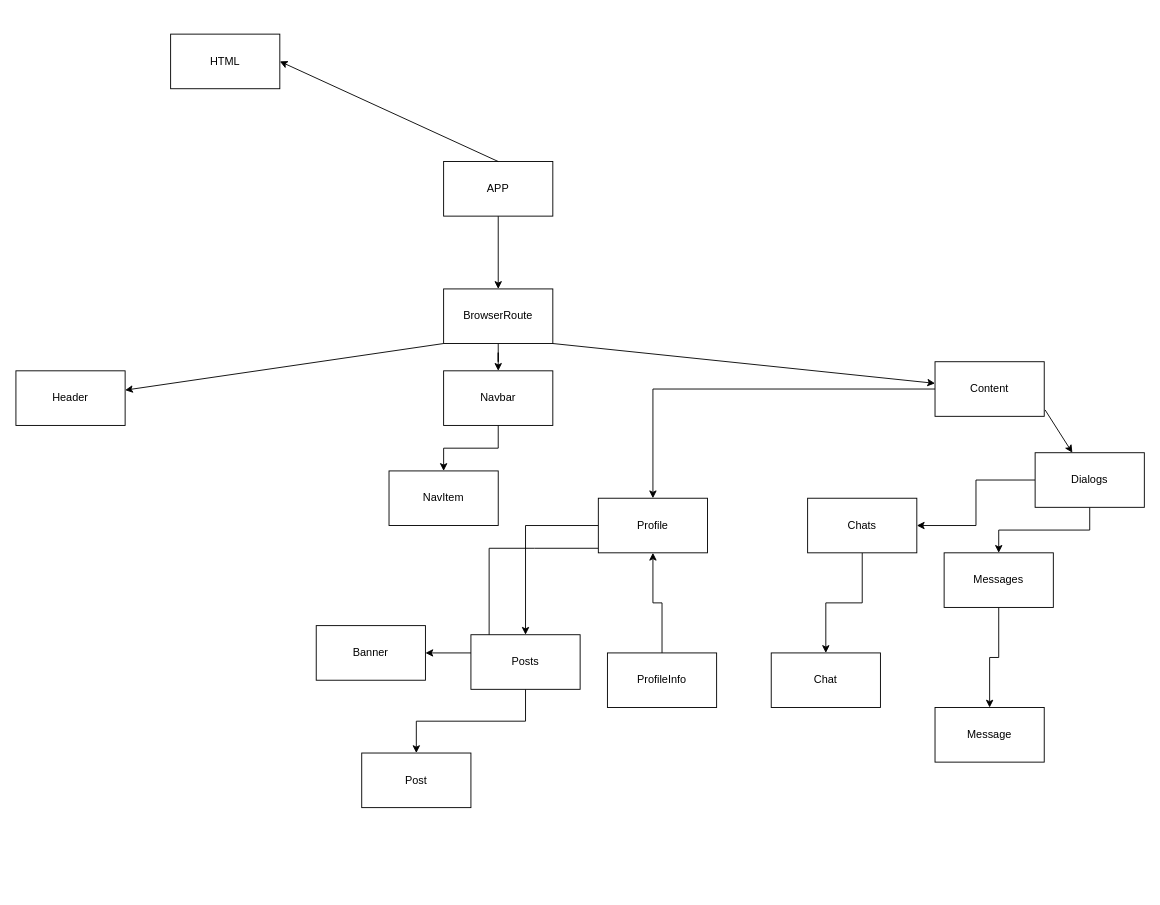
xolesteroll/react-learn keeps this draw.io diagram as Untitled Diagram.drawio. Above is the earlier version. Source tidied: cells renumbered, new cells numbered last; positions are measured from the earlier drawing's top-left corner, leaving out a move shared by most shapes. Both pictures are drawn from the tidied source at 91%, with x=0, y=0 at pixel (15, 34).
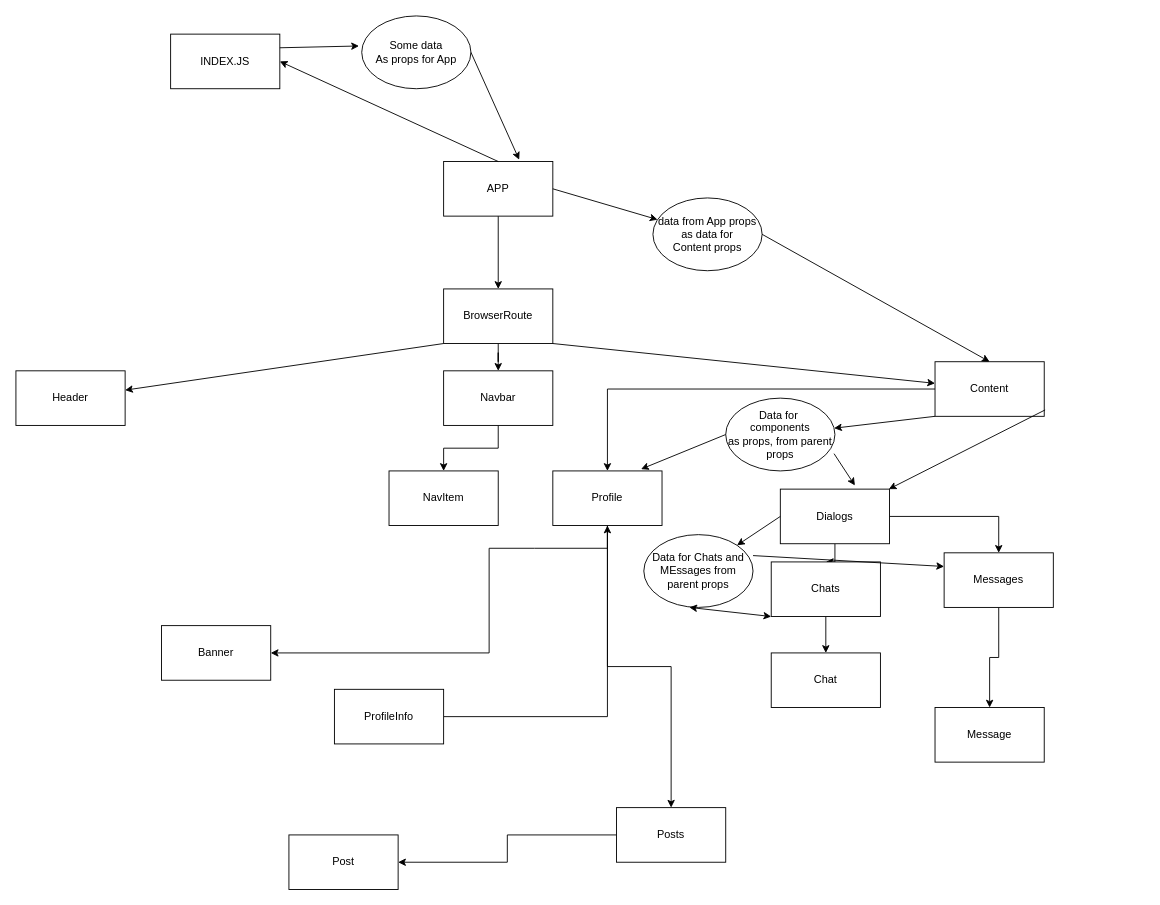
After the change.

Unchanged cells that the change refers to:
```xml
<mxCell id="4" value="APP" style="rounded=0;whiteSpace=wrap;html=1;" parent="1" vertex="1">
  <mxGeometry x="470" y="140" width="120" height="60" as="geometry" />
</mxCell>
<mxCell id="13" value="Content" style="rounded=0;whiteSpace=wrap;html=1;" parent="1" vertex="1">
  <mxGeometry x="1010" y="360" width="120" height="60" as="geometry" />
</mxCell>
<mxCell id="30" value="Messages" style="rounded=0;whiteSpace=wrap;html=1;" parent="1" vertex="1">
  <mxGeometry x="1020" y="570" width="120" height="60" as="geometry" />
</mxCell>
```

Change to the diagram source:
```diff
@@
-    <mxCell id="2" value="HTML" style="rounded=0;whiteSpace=wrap;html=1;" parent="1" vertex="1">
+    <mxCell id="2" value="INDEX.JS" style="rounded=0;whiteSpace=wrap;html=1;" parent="1" vertex="1">
       <mxGeometry x="170" width="120" height="60" as="geometry" />
     </mxCell>
@@
     <mxCell id="16" value="Profile" style="rounded=0;whiteSpace=wrap;html=1;" parent="1" vertex="1">
-      <mxGeometry x="640" y="510" width="120" height="60" as="geometry" />
+      <mxGeometry x="590" y="480" width="120" height="60" as="geometry" />
     </mxCell>
@@
     <mxCell id="20" value="Dialogs" style="rounded=0;whiteSpace=wrap;html=1;" parent="1" vertex="1">
-      <mxGeometry x="1120" y="460" width="120" height="60" as="geometry" />
+      <mxGeometry x="840" y="500" width="120" height="60" as="geometry" />
     </mxCell>
@@
     <mxCell id="22" value="Banner" style="rounded=0;whiteSpace=wrap;html=1;" parent="1" vertex="1">
-      <mxGeometry x="330" y="650" width="120" height="60" as="geometry" />
+      <mxGeometry x="160" y="650" width="120" height="60" as="geometry" />
     </mxCell>
@@
     <mxCell id="24" value="ProfileInfo" style="rounded=0;whiteSpace=wrap;html=1;" parent="1" vertex="1">
-      <mxGeometry x="650" y="680" width="120" height="60" as="geometry" />
+      <mxGeometry x="350" y="720" width="120" height="60" as="geometry" />
     </mxCell>
@@
     <mxCell id="26" value="Posts" style="rounded=0;whiteSpace=wrap;html=1;" parent="1" vertex="1">
-      <mxGeometry x="500" y="660" width="120" height="60" as="geometry" />
+      <mxGeometry x="660" y="850" width="120" height="60" as="geometry" />
     </mxCell>
@@
     <mxCell id="28" value="Chats" style="rounded=0;whiteSpace=wrap;html=1;" parent="1" vertex="1">
-      <mxGeometry x="870" y="510" width="120" height="60" as="geometry" />
+      <mxGeometry x="830" y="580" width="120" height="60" as="geometry" />
     </mxCell>
@@
     <mxCell id="33" value="Post" style="rounded=0;whiteSpace=wrap;html=1;" parent="1" vertex="1">
-      <mxGeometry x="380" y="790" width="120" height="60" as="geometry" />
+      <mxGeometry x="300" y="880" width="120" height="60" as="geometry" />
     </mxCell>
@@
+    <mxCell id="35" value="Some data&lt;br&gt;As props for App" style="ellipse;whiteSpace=wrap;html=1;" parent="1" vertex="1">
+      <mxGeometry x="380" y="-20" width="120" height="80" as="geometry" />
+    </mxCell>
+    <mxCell id="36" style="endArrow=classic;html=1;exitX=1;exitY=0.25;exitDx=0;exitDy=0;entryX=-0.025;entryY=0.413;entryDx=0;entryDy=0;entryPerimeter=0;" parent="1" edge="1" source="2" target="35">
+      <mxGeometry relative="1" as="geometry" />
+    </mxCell>
+    <mxCell id="37" style="endArrow=classic;html=1;exitX=1;exitY=0.5;exitDx=0;exitDy=0;entryX=0.692;entryY=-0.033;entryDx=0;entryDy=0;entryPerimeter=0;" parent="1" edge="1" source="35" target="4">
+      <mxGeometry relative="1" as="geometry" />
+    </mxCell>
+    <mxCell id="38" style="endArrow=classic;html=1;exitX=1;exitY=0.5;exitDx=0;exitDy=0;" parent="1" edge="1" source="4" target="39">
+      <mxGeometry relative="1" as="geometry" />
+    </mxCell>
+    <mxCell id="39" value="data from App props&lt;br&gt;as data for&lt;br&gt;Content props" style="ellipse;whiteSpace=wrap;html=1;" parent="1" vertex="1">
+      <mxGeometry x="700" y="180" width="120" height="80" as="geometry" />
+    </mxCell>
+    <mxCell id="40" style="endArrow=classic;html=1;exitX=1;exitY=0.5;exitDx=0;exitDy=0;entryX=0.5;entryY=0;entryDx=0;entryDy=0;" parent="1" edge="1" source="39" target="13">
+      <mxGeometry relative="1" as="geometry" />
+    </mxCell>
+    <mxCell id="41" style="endArrow=classic;html=1;exitX=0;exitY=1;exitDx=0;exitDy=0;" parent="1" edge="1" source="13" target="42">
+      <mxGeometry relative="1" as="geometry" />
+    </mxCell>
+    <mxCell id="42" value="Data for&amp;nbsp;&lt;br&gt;components&lt;br&gt;as props, from parent props" style="ellipse;whiteSpace=wrap;html=1;" parent="1" vertex="1">
+      <mxGeometry x="780" y="400" width="120" height="80" as="geometry" />
+    </mxCell>
+    <mxCell id="43" style="endArrow=classic;html=1;exitX=0;exitY=0.5;exitDx=0;exitDy=0;entryX=0.808;entryY=-0.033;entryDx=0;entryDy=0;entryPerimeter=0;" parent="1" edge="1" source="42" target="16">
+      <mxGeometry relative="1" as="geometry" />
+    </mxCell>
+    <mxCell id="44" style="endArrow=classic;html=1;exitX=0.992;exitY=0.763;exitDx=0;exitDy=0;exitPerimeter=0;entryX=0.683;entryY=-0.067;entryDx=0;entryDy=0;entryPerimeter=0;" parent="1" edge="1" source="42" target="20">
+      <mxGeometry relative="1" as="geometry" />
+    </mxCell>
+    <mxCell id="45" style="endArrow=classic;html=1;exitX=0;exitY=0.5;exitDx=0;exitDy=0;" parent="1" edge="1" source="20" target="46">
+      <mxGeometry relative="1" as="geometry" />
+    </mxCell>
+    <mxCell id="46" value="Data for Chats and MEssages from parent props" style="ellipse;whiteSpace=wrap;html=1;" parent="1" vertex="1">
+      <mxGeometry x="690" y="550" width="120" height="80" as="geometry" />
+    </mxCell>
+    <mxCell id="47" style="endArrow=classic;startArrow=classic;html=1;exitX=0.417;exitY=1;exitDx=0;exitDy=0;exitPerimeter=0;entryX=0;entryY=1;entryDx=0;entryDy=0;" parent="1" edge="1" source="46" target="28">
+      <mxGeometry relative="1" as="geometry" />
+    </mxCell>
+    <mxCell id="48" style="endArrow=classic;html=1;exitX=1;exitY=0.288;exitDx=0;exitDy=0;exitPerimeter=0;entryX=0;entryY=0.25;entryDx=0;entryDy=0;" parent="1" edge="1" source="46" target="30">
+      <mxGeometry relative="1" as="geometry" />
+    </mxCell>
```
